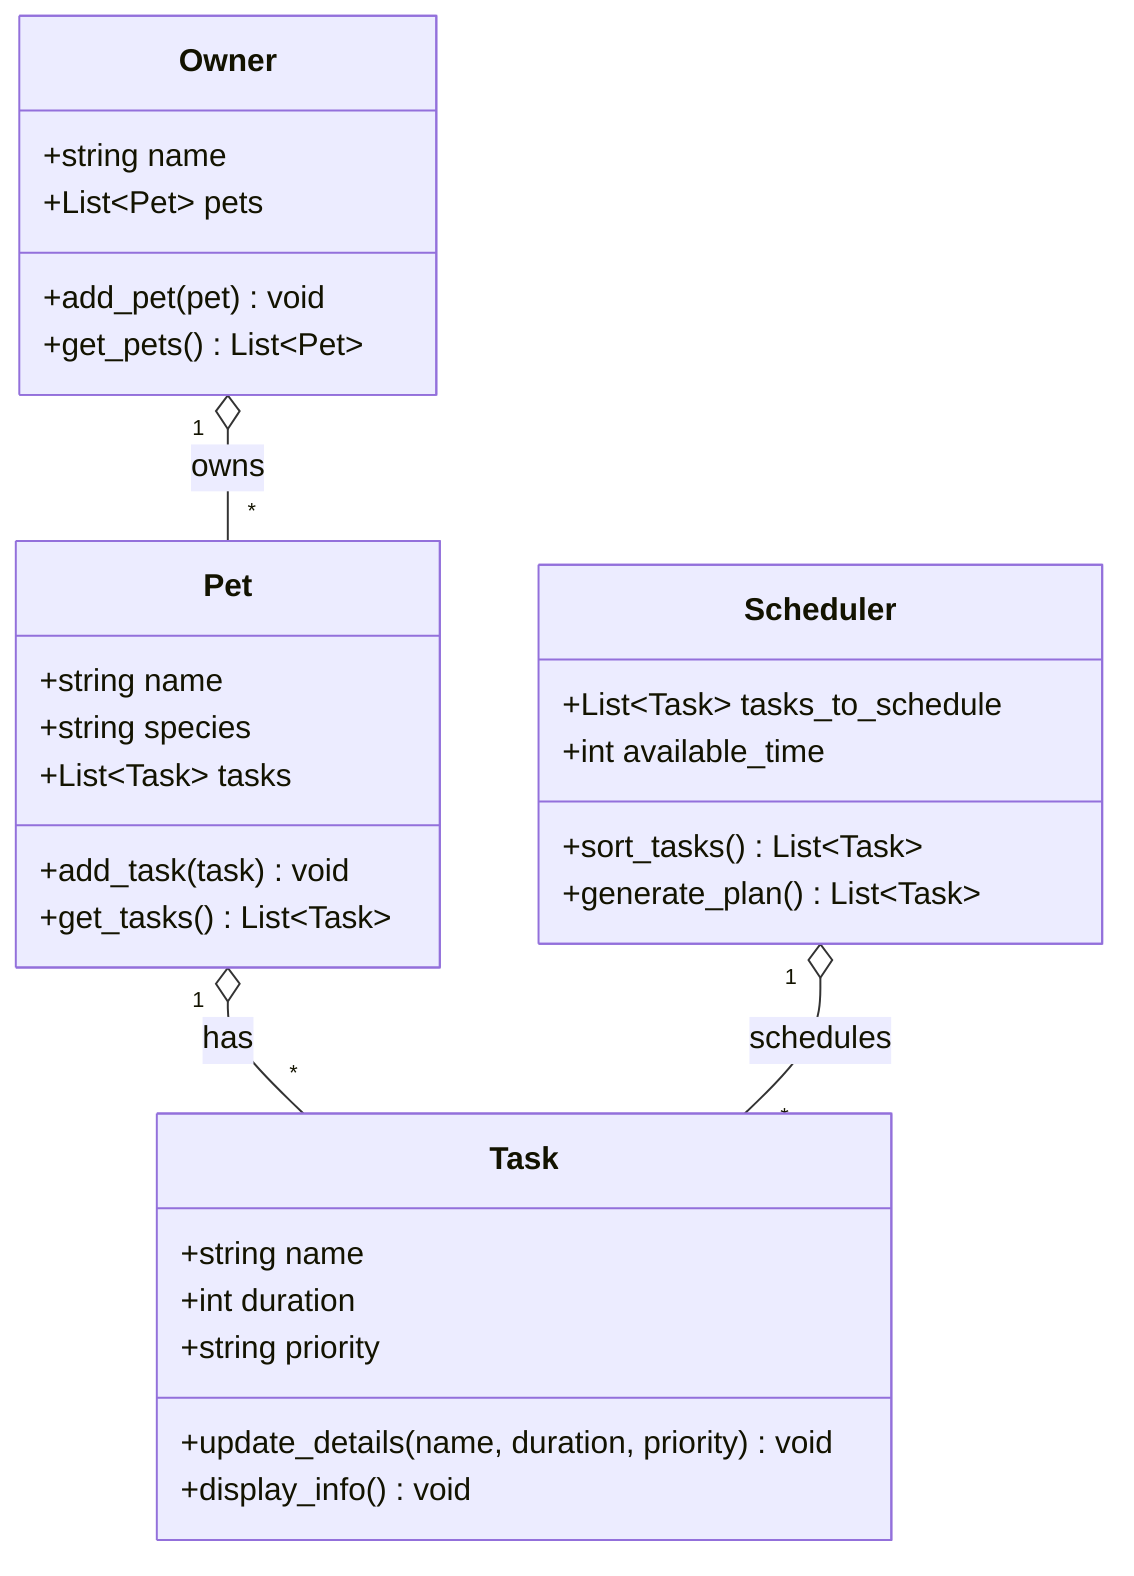
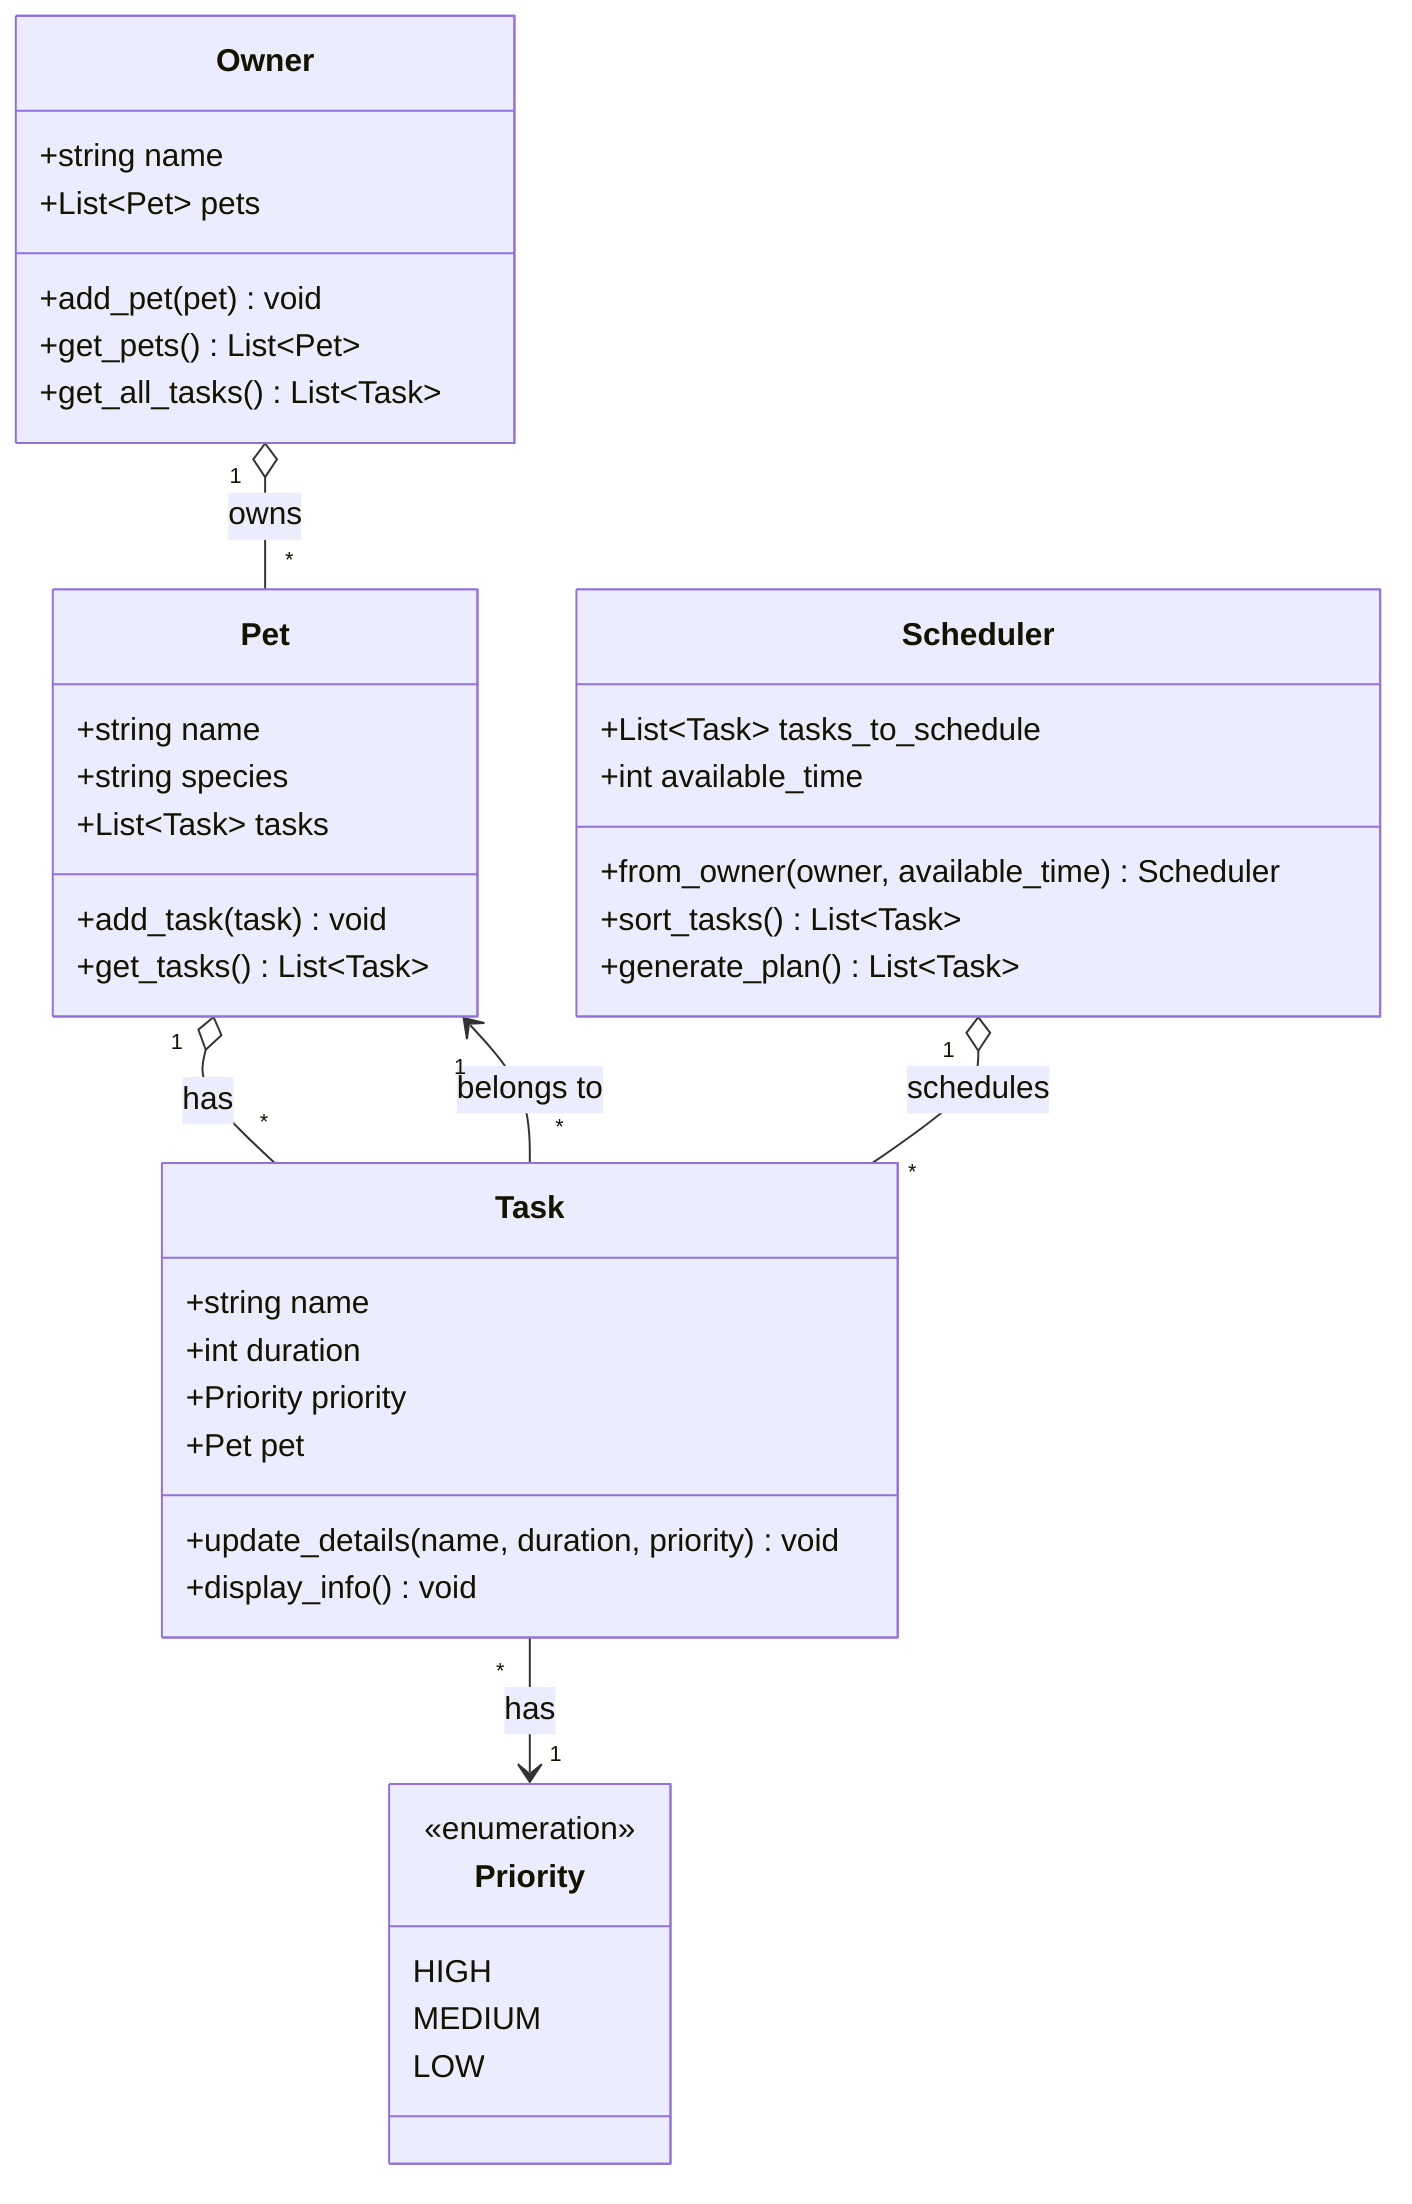
classDiagram
    class Owner {
        +string name
        +List~Pet~ pets
        +add_pet(pet) void
        +get_pets() List~Pet~
+         +get_all_tasks() List~Task~
    }

    class Pet {
        +string name
        +string species
        +List~Task~ tasks
        +add_task(task) void
        +get_tasks() List~Task~
    }

    class Task {
        +string name
        +int duration
-         +string priority
+         +Priority priority
+         +Pet pet
        +update_details(name, duration, priority) void
        +display_info() void
+     }
+ 
+     class Priority {
+         <<enumeration>>
+         HIGH
+         MEDIUM
+         LOW
    }

    class Scheduler {
        +List~Task~ tasks_to_schedule
        +int available_time
+         +from_owner(owner, available_time) Scheduler
        +sort_tasks() List~Task~
        +generate_plan() List~Task~
    }

    Owner "1" o-- "*" Pet : owns
    Pet "1" o-- "*" Task : has
+     Task "*" --> "1" Pet : belongs to
+     Task "*" --> "1" Priority : has
    Scheduler "1" o-- "*" Task : schedules
